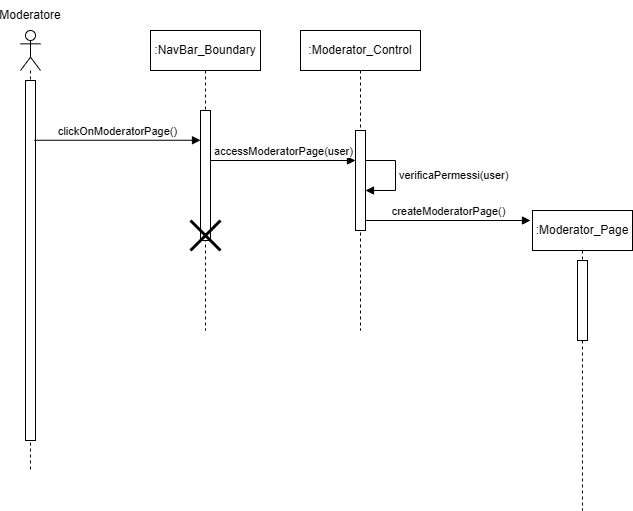
Before: New Diagrams/Sequence Diagrams/UC17- Accesso all'area di moderazione.png, a diagram exported from draw.io (superfra01/Rated). Source tidied: cells renumbered, new cells last; positions are measured from the earlier drawing's top-left corner, leaving out a move shared by most shapes.
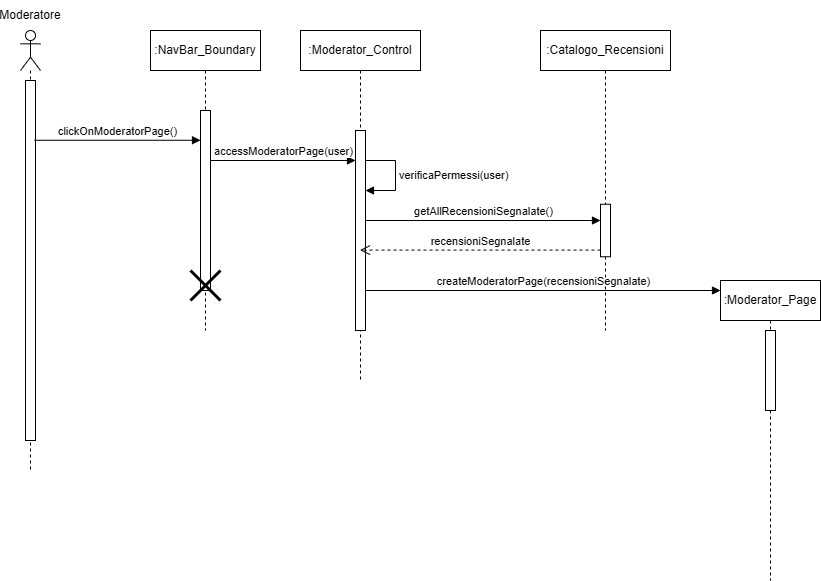
After the change.

Diff of the diagram source:
```diff
@@ -2,16 +2,16 @@
   <root>
     <mxCell id="0" />
     <mxCell id="1" parent="0" />
-    <mxCell id="2" style="shape=umlLifeline;perimeter=lifelinePerimeter;whiteSpace=wrap;html=1;newEdgeStyle={&quot;curved&quot;:0,&quot;rounded&quot;:0};participant=umlActor;" parent="1" vertex="1">
-      <mxGeometry x="20" y="30" width="20" height="440" as="geometry" />
-    </mxCell>
+    <mxCell id="16" style="shape=umlLifeline;perimeter=lifelinePerimeter;whiteSpace=wrap;html=1;newEdgeStyle={&quot;curved&quot;:0,&quot;rounded&quot;:0};participant=umlActor;" parent="1" vertex="1">
+      <mxGeometry x="20" y="30" width="20" height="440" as="geometry" />
+    </mxCell>
-    <mxCell id="3" style="html=1;perimeter=orthogonalPerimeter;targetShapes=umlLifeline;newEdgeStyle={&quot;curved&quot;:0,&quot;rounded&quot;:0};" parent="2" vertex="1">
+    <mxCell id="3" style="html=1;perimeter=orthogonalPerimeter;targetShapes=umlLifeline;newEdgeStyle={&quot;curved&quot;:0,&quot;rounded&quot;:0};" parent="16" vertex="1">
       <mxGeometry x="5" y="50" width="10" height="360" as="geometry" />
     </mxCell>
     <mxCell id="4" value="Moderatore" style="text;html=1;align=center;verticalAlign=middle;whiteSpace=wrap;rounded=0;" parent="1" vertex="1">
       <mxGeometry width="60" height="30" as="geometry" />
     </mxCell>
-    <mxCell id="5" value="clickOnModeratorPage()" style="html=1;verticalAlign=bottom;endArrow=block;curved=0;rounded=0;exitX=0.8;exitY=0.166;exitDx=0;exitDy=0;exitPerimeter=0;" parent="1" edge="1" target="7">
+    <mxCell id="5" value="clickOnModeratorPage()" style="html=1;verticalAlign=bottom;endArrow=block;curved=0;rounded=0;exitX=0.8;exitY=0.166;exitDx=0;exitDy=0;exitPerimeter=0;" parent="1" edge="1" target="17">
       <mxGeometry relative="1" as="geometry">
         <mxPoint x="34" y="139.8" as="sourcePoint" />
       </mxGeometry>
@@ -19,24 +19,24 @@
     <mxCell id="6" value=":NavBar_Boundary" style="shape=umlLifeline;perimeter=lifelinePerimeter;whiteSpace=wrap;html=1;newEdgeStyle={&quot;curved&quot;:0,&quot;rounded&quot;:0};" parent="1" vertex="1">
       <mxGeometry x="150" y="30" width="110" height="300" as="geometry" />
     </mxCell>
-    <mxCell id="7" style="html=1;points=[[0,0,0,0,5],[0,1,0,0,-5],[1,0,0,0,5],[1,1,0,0,-5]];perimeter=orthogonalPerimeter;outlineConnect=0;targetShapes=umlLifeline;portConstraint=eastwest;newEdgeStyle={&quot;curved&quot;:0,&quot;rounded&quot;:0};" parent="6" vertex="1">
-      <mxGeometry x="50" y="80" width="10" height="130" as="geometry" />
-    </mxCell>
-    <mxCell id="8" style="shape=umlDestroy;whiteSpace=wrap;html=1;strokeWidth=3;targetShapes=umlLifeline;" parent="6" vertex="1">
-      <mxGeometry x="40" y="190" width="30" height="30" as="geometry" />
-    </mxCell>
+    <mxCell id="17" style="html=1;points=[[0,0,0,0,5],[0,1,0,0,-5],[1,0,0,0,5],[1,1,0,0,-5]];perimeter=orthogonalPerimeter;outlineConnect=0;targetShapes=umlLifeline;portConstraint=eastwest;newEdgeStyle={&quot;curved&quot;:0,&quot;rounded&quot;:0};" parent="6" vertex="1">
+      <mxGeometry x="50" y="80" width="10" height="180" as="geometry" />
+    </mxCell>
+    <mxCell id="18" style="shape=umlDestroy;whiteSpace=wrap;html=1;strokeWidth=3;targetShapes=umlLifeline;" parent="6" vertex="1">
+      <mxGeometry x="40" y="240" width="30" height="30" as="geometry" />
+    </mxCell>
-    <mxCell id="9" value="accessModeratorPage(user)" style="html=1;verticalAlign=bottom;endArrow=block;curved=0;rounded=0;" parent="1" edge="1" target="11">
+    <mxCell id="9" value="accessModeratorPage(user)" style="html=1;verticalAlign=bottom;endArrow=block;curved=0;rounded=0;" parent="1" edge="1" target="19">
       <mxGeometry relative="1" as="geometry">
         <mxPoint x="210" y="160" as="sourcePoint" />
       </mxGeometry>
     </mxCell>
     <mxCell id="10" value=":Moderator_Control" style="shape=umlLifeline;perimeter=lifelinePerimeter;whiteSpace=wrap;html=1;outlineConnect=0;portConstraint=eastwest;newEdgeStyle={&quot;curved&quot;:0,&quot;rounded&quot;:0};" parent="1" vertex="1">
-      <mxGeometry x="300" y="30" width="120" height="300" as="geometry" />
+      <mxGeometry x="300" y="30" width="120" height="350" as="geometry" />
     </mxCell>
-    <mxCell id="11" style="html=1;points=[[0,0,0,0,5],[0,1,0,0,-5],[1,0,0,0,5],[1,1,0,0,-5]];perimeter=orthogonalPerimeter;outlineConnect=0;targetShapes=umlLifeline;portConstraint=eastwest;newEdgeStyle={&quot;curved&quot;:0,&quot;rounded&quot;:0};" parent="10" vertex="1">
-      <mxGeometry x="55" y="100" width="10" height="100" as="geometry" />
-    </mxCell>
+    <mxCell id="19" style="html=1;points=[[0,0,0,0,5],[0,1,0,0,-5],[1,0,0,0,5],[1,1,0,0,-5]];perimeter=orthogonalPerimeter;outlineConnect=0;targetShapes=umlLifeline;portConstraint=eastwest;newEdgeStyle={&quot;curved&quot;:0,&quot;rounded&quot;:0};" parent="10" vertex="1">
+      <mxGeometry x="55" y="100" width="10" height="200" as="geometry" />
+    </mxCell>
-    <mxCell id="12" value="verificaPermessi(user)" style="html=1;align=left;spacingLeft=2;endArrow=block;rounded=0;edgeStyle=orthogonalEdgeStyle;curved=0;rounded=0;" parent="10" edge="1" target="11">
+    <mxCell id="12" value="verificaPermessi(user)" style="html=1;align=left;spacingLeft=2;endArrow=block;rounded=0;edgeStyle=orthogonalEdgeStyle;curved=0;rounded=0;" parent="10" edge="1" target="19">
       <mxGeometry relative="1" as="geometry">
         <mxPoint x="65" y="130" as="sourcePoint" />
         <Array as="points">
@@ -45,16 +45,33 @@
         </Array>
       </mxGeometry>
     </mxCell>
-    <mxCell id="13" value="createModeratorPage()" style="html=1;verticalAlign=bottom;endArrow=block;curved=0;rounded=0;" parent="1" edge="1" source="11">
-      <mxGeometry relative="1" as="geometry">
-        <mxPoint x="530" y="220" as="targetPoint" />
-      </mxGeometry>
-    </mxCell>
+    <mxCell id="20" value="createModeratorPage(recensioniSegnalate)" style="html=1;verticalAlign=bottom;endArrow=block;curved=0;rounded=0;" parent="1" edge="1">
+      <mxGeometry relative="1" as="geometry">
+        <mxPoint x="365" y="290" as="sourcePoint" />
+        <mxPoint x="720" y="290" as="targetPoint" />
+      </mxGeometry>
+    </mxCell>
     <mxCell id="14" value=":Moderator_Page" style="shape=umlLifeline;perimeter=lifelinePerimeter;whiteSpace=wrap;html=1;newEdgeStyle={&quot;curved&quot;:0,&quot;rounded&quot;:0};" parent="1" vertex="1">
-      <mxGeometry x="532" y="210" width="100" height="300" as="geometry" />
+      <mxGeometry x="720" y="280" width="100" height="300" as="geometry" />
     </mxCell>
     <mxCell id="15" style="html=1;perimeter=orthogonalPerimeter;targetShapes=umlLifeline;newEdgeStyle={&quot;curved&quot;:0,&quot;rounded&quot;:0};" parent="14" vertex="1">
       <mxGeometry x="45" y="50" width="10" height="80" as="geometry" />
     </mxCell>
+    <mxCell id="21" value=":Catalogo_Recensioni" style="shape=umlLifeline;perimeter=lifelinePerimeter;whiteSpace=wrap;html=1;newEdgeStyle={&quot;curved&quot;:0,&quot;rounded&quot;:0};" parent="1" vertex="1">
+      <mxGeometry x="540" y="30" width="130" height="300" as="geometry" />
+    </mxCell>
+    <mxCell id="22" style="html=1;perimeter=orthogonalPerimeter;targetShapes=umlLifeline;newEdgeStyle={&quot;curved&quot;:0,&quot;rounded&quot;:0};" parent="21" vertex="1">
+      <mxGeometry x="60" y="173.8" width="10" height="52.5" as="geometry" />
+    </mxCell>
+    <mxCell id="23" value="getAllRecensioniSegnalate()" style="html=1;verticalAlign=bottom;endArrow=block;curved=0;rounded=0;" parent="1" edge="1" source="19">
+      <mxGeometry relative="1" as="geometry">
+        <mxPoint x="600" y="220" as="targetPoint" />
+      </mxGeometry>
+    </mxCell>
+    <mxCell id="24" value="recensioniSegnalate" style="html=1;verticalAlign=bottom;endArrow=open;dashed=1;endSize=8;curved=0;rounded=0;" parent="1" edge="1" target="10">
+      <mxGeometry relative="1" as="geometry">
+        <mxPoint x="600" y="249.6" as="sourcePoint" />
+      </mxGeometry>
+    </mxCell>
   </root>
 </mxGraphModel>
```
